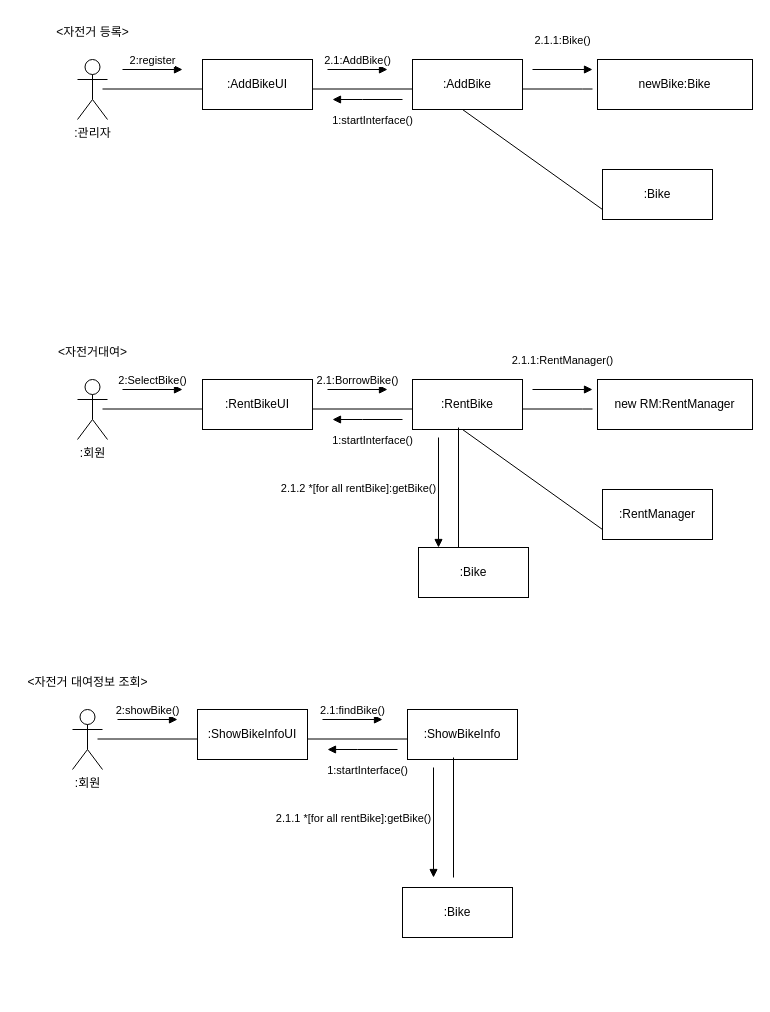
Above: page "페이지-2" (2 of 2) of 소공2차과제 커뮤니케이션 다이어그램.drawio.xml in nowOne2/se2ndAssignment (draw.io), before the change. Source tidied: cells renumbered, new cells numbered last; positions are measured from the earlier drawing's top-left corner, leaving out a move shared by most shapes. Both pictures are drawn from the tidied source at 100%, with x=0, y=0 at pixel (17, 17).
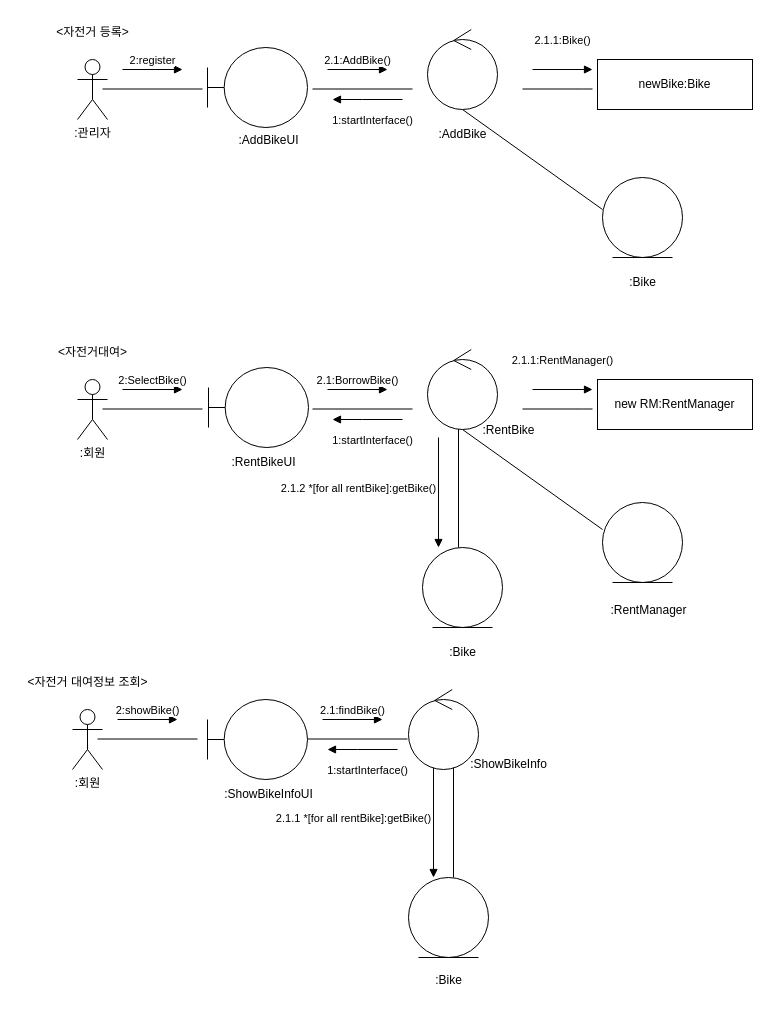
The same page after the edit.

Diff of the diagram source:
```diff
@@
-    <mxCell id="4" value=":AddBike" style="html=1;whiteSpace=wrap;" parent="1" vertex="1">
-      <mxGeometry x="395" y="42" width="110" height="50" as="geometry" />
-    </mxCell>
@@
-    <mxCell id="6" value=":Bike" style="html=1;whiteSpace=wrap;" parent="1" vertex="1">
-      <mxGeometry x="585" y="152" width="110" height="50" as="geometry" />
-    </mxCell>
-    <mxCell id="7" value=":AddBikeUI" style="html=1;whiteSpace=wrap;" parent="1" vertex="1">
-      <mxGeometry x="185" y="42" width="110" height="50" as="geometry" />
-    </mxCell>
@@
-    <mxCell id="18" value=":RentBike" style="html=1;whiteSpace=wrap;" parent="1" vertex="1">
-      <mxGeometry x="395" y="362" width="110" height="50" as="geometry" />
-    </mxCell>
@@
-    <mxCell id="20" value=":RentManager" style="html=1;whiteSpace=wrap;" parent="1" vertex="1">
-      <mxGeometry x="585" y="472" width="110" height="50" as="geometry" />
-    </mxCell>
-    <mxCell id="21" value=":RentBikeUI" style="html=1;whiteSpace=wrap;" parent="1" vertex="1">
-      <mxGeometry x="185" y="362" width="110" height="50" as="geometry" />
-    </mxCell>
@@
-    <mxCell id="30" value=":Bike" style="html=1;whiteSpace=wrap;" parent="1" vertex="1">
-      <mxGeometry x="401" y="530" width="110" height="50" as="geometry" />
-    </mxCell>
@@
-    <mxCell id="35" value=":ShowBikeInfo" style="html=1;whiteSpace=wrap;" parent="1" vertex="1">
-      <mxGeometry x="390" y="692" width="110" height="50" as="geometry" />
-    </mxCell>
-    <mxCell id="36" value=":ShowBikeInfoUI" style="html=1;whiteSpace=wrap;" parent="1" vertex="1">
-      <mxGeometry x="180" y="692" width="110" height="50" as="geometry" />
-    </mxCell>
@@
-    <mxCell id="42" value=":Bike" style="html=1;whiteSpace=wrap;" parent="1" vertex="1">
-      <mxGeometry x="385" y="870" width="110" height="50" as="geometry" />
-    </mxCell>
@@
+    <mxCell id="45" style="shape=umlBoundary;whiteSpace=wrap;html=1;" parent="1" vertex="1">
+      <mxGeometry x="190" y="30" width="100" height="80" as="geometry" />
+    </mxCell>
+    <mxCell id="46" style="ellipse;shape=umlControl;whiteSpace=wrap;html=1;" parent="1" vertex="1">
+      <mxGeometry x="410" y="12" width="70" height="80" as="geometry" />
+    </mxCell>
+    <mxCell id="47" style="ellipse;shape=umlEntity;whiteSpace=wrap;html=1;" parent="1" vertex="1">
+      <mxGeometry x="585" y="160" width="80" height="80" as="geometry" />
+    </mxCell>
+    <mxCell id="7" value=":AddBikeUI" style="text;html=1;align=center;verticalAlign=middle;strokeColor=none;fillColor=none;" parent="1" vertex="1">
+      <mxGeometry x="211" y="108" width="80" height="30" as="geometry" />
+    </mxCell>
+    <mxCell id="4" value=":AddBike" style="text;html=1;align=center;verticalAlign=middle;strokeColor=none;fillColor=none;" parent="1" vertex="1">
+      <mxGeometry x="410" y="102" width="70" height="30" as="geometry" />
+    </mxCell>
+    <mxCell id="48" value=":Bike" style="text;html=1;align=center;verticalAlign=middle;strokeColor=none;fillColor=none;" parent="1" vertex="1">
+      <mxGeometry x="600" y="250" width="50" height="30" as="geometry" />
+    </mxCell>
+    <mxCell id="49" style="shape=umlBoundary;whiteSpace=wrap;html=1;" parent="1" vertex="1">
+      <mxGeometry x="191" y="350" width="100" height="80" as="geometry" />
+    </mxCell>
+    <mxCell id="50" style="ellipse;shape=umlControl;whiteSpace=wrap;html=1;" parent="1" vertex="1">
+      <mxGeometry x="410" y="332" width="70" height="80" as="geometry" />
+    </mxCell>
+    <mxCell id="51" style="ellipse;shape=umlEntity;whiteSpace=wrap;html=1;" parent="1" vertex="1">
+      <mxGeometry x="405" y="530" width="80" height="80" as="geometry" />
+    </mxCell>
+    <mxCell id="52" style="ellipse;shape=umlEntity;whiteSpace=wrap;html=1;" parent="1" vertex="1">
+      <mxGeometry x="585" y="485" width="80" height="80" as="geometry" />
+    </mxCell>
+    <mxCell id="21" value=":RentBikeUI" style="text;html=1;align=center;verticalAlign=middle;strokeColor=none;fillColor=none;" parent="1" vertex="1">
+      <mxGeometry x="201" y="430" width="90" height="30" as="geometry" />
+    </mxCell>
+    <mxCell id="18" value=":RentBike" style="text;html=1;align=center;verticalAlign=middle;strokeColor=none;fillColor=none;" parent="1" vertex="1">
+      <mxGeometry x="451" y="398" width="80" height="30" as="geometry" />
+    </mxCell>
+    <mxCell id="53" value=":Bike" style="text;html=1;align=center;verticalAlign=middle;strokeColor=none;fillColor=none;" parent="1" vertex="1">
+      <mxGeometry x="420" y="620" width="50" height="30" as="geometry" />
+    </mxCell>
+    <mxCell id="20" value=":RentManager" style="text;html=1;align=center;verticalAlign=middle;strokeColor=none;fillColor=none;" parent="1" vertex="1">
+      <mxGeometry x="581" y="578" width="100" height="30" as="geometry" />
+    </mxCell>
+    <mxCell id="54" style="shape=umlBoundary;whiteSpace=wrap;html=1;" parent="1" vertex="1">
+      <mxGeometry x="190" y="682" width="100" height="80" as="geometry" />
+    </mxCell>
+    <mxCell id="55" style="ellipse;shape=umlControl;whiteSpace=wrap;html=1;" parent="1" vertex="1">
+      <mxGeometry x="391" y="672" width="70" height="80" as="geometry" />
+    </mxCell>
+    <mxCell id="56" style="ellipse;shape=umlEntity;whiteSpace=wrap;html=1;" parent="1" vertex="1">
+      <mxGeometry x="391" y="860" width="80" height="80" as="geometry" />
+    </mxCell>
+    <mxCell id="36" value=":ShowBikeInfoUI" style="text;html=1;align=center;verticalAlign=middle;strokeColor=none;fillColor=none;" parent="1" vertex="1">
+      <mxGeometry x="196" y="762" width="110" height="30" as="geometry" />
+    </mxCell>
+    <mxCell id="35" value=":ShowBikeInfo" style="text;html=1;align=center;verticalAlign=middle;strokeColor=none;fillColor=none;" parent="1" vertex="1">
+      <mxGeometry x="441" y="732" width="100" height="30" as="geometry" />
+    </mxCell>
+    <mxCell id="57" value=":Bike" style="text;html=1;align=center;verticalAlign=middle;strokeColor=none;fillColor=none;" parent="1" vertex="1">
+      <mxGeometry x="406" y="948" width="50" height="30" as="geometry" />
+    </mxCell>
```
